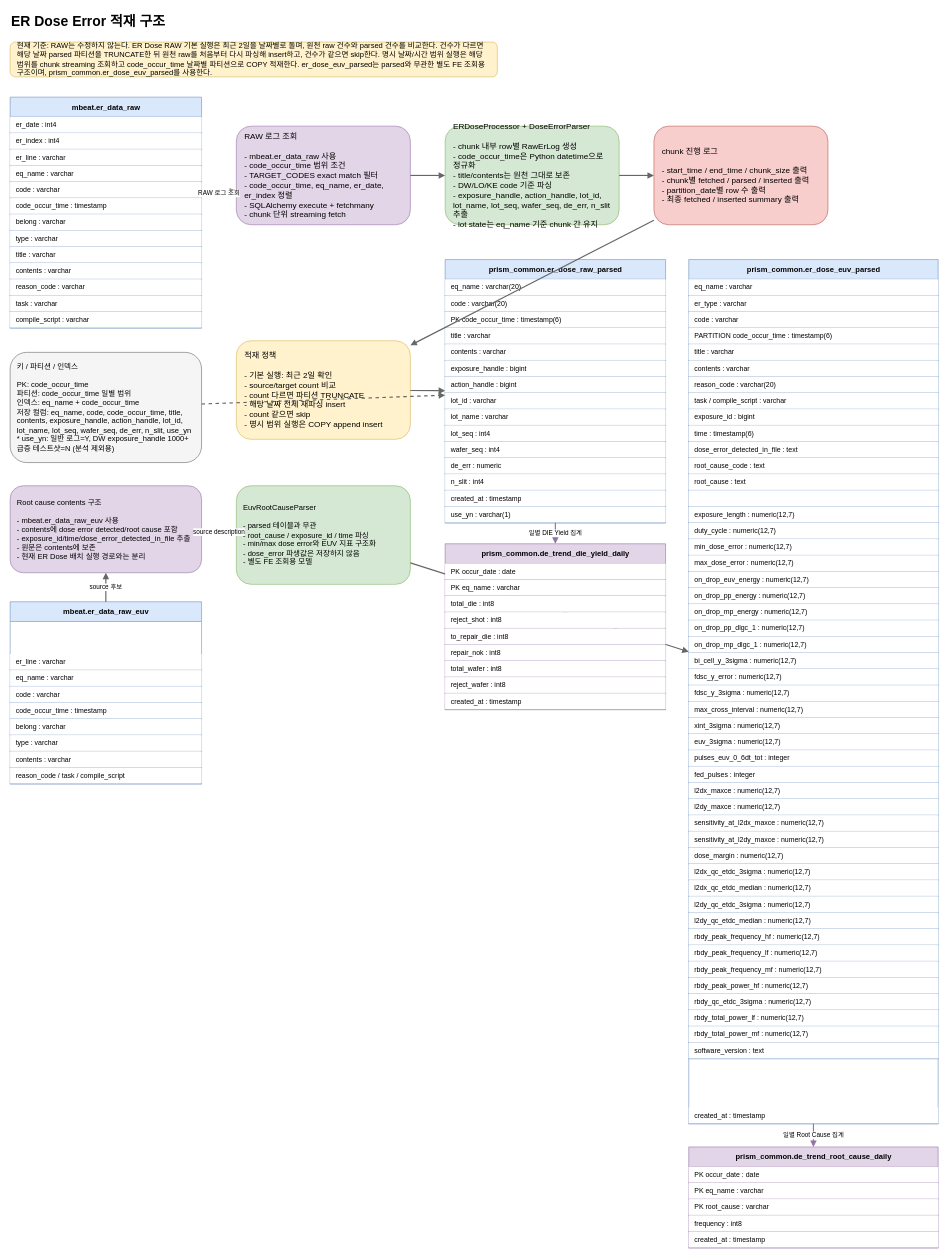
The draw.io diagram docs/er_dose_flow.drawio in junho0831/PythonStudy, before the edit. Source tidied: cells renumbered, new cells numbered last; positions are measured from the earlier drawing's top-left corner, leaving out a move shared by most shapes. Both pictures are drawn from the tidied source at 58%, with x=0, y=0 at pixel (10, 10).
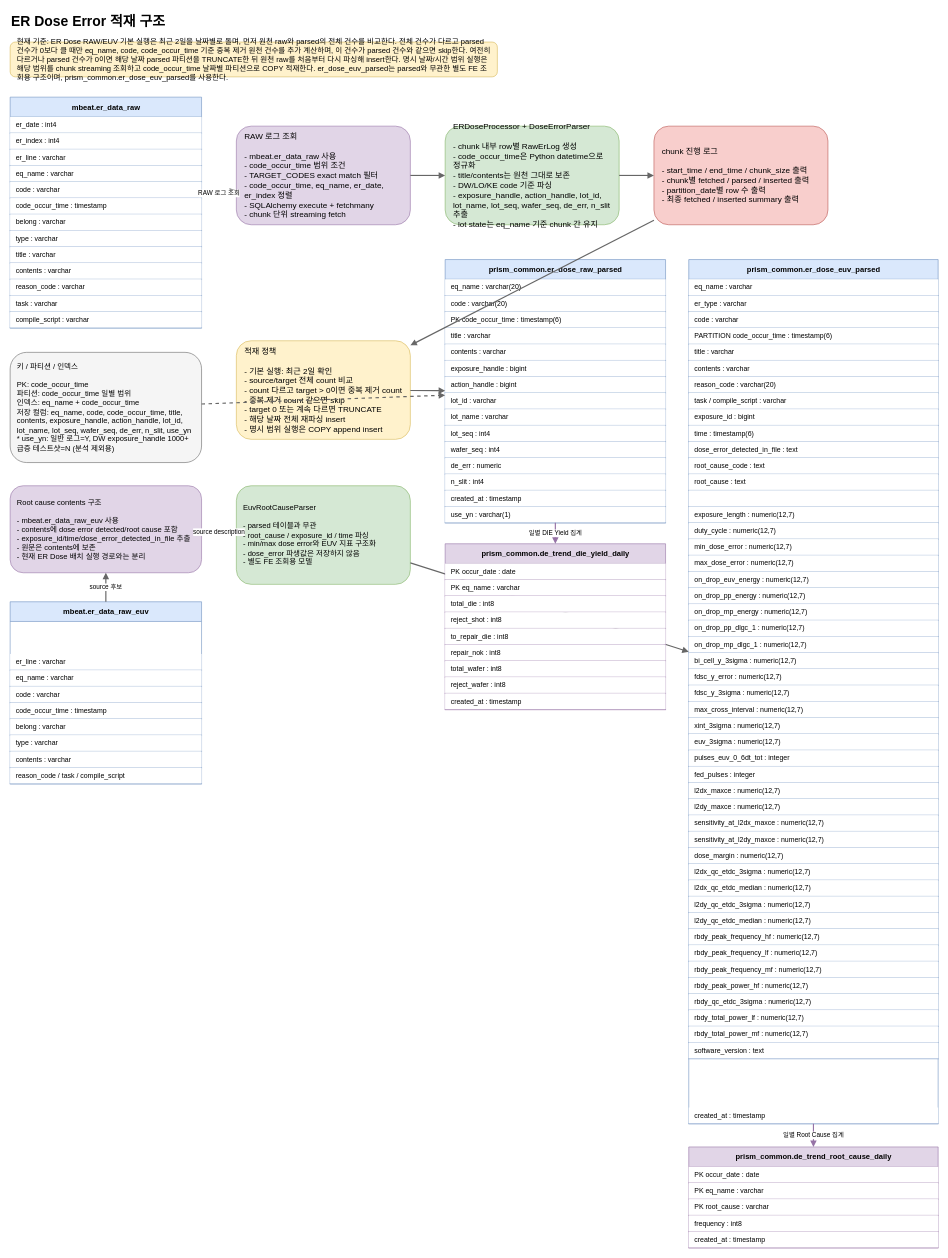
After the change.

Commit message (it also covers changes not shown here):
ER Dose RAW/EUV 중복 건수 비교 최적화

Change to the diagram source:
```diff
@@
-    <mxCell id="3" value="현재 기준: RAW는 수정하지 않는다. ER Dose RAW 기본 실행은 최근 2일을 날짜별로 돌며, 원천 raw 건수와 parsed 건수를 비교한다. 건수가 다르면 해당 날짜 parsed 파티션을 TRUNCATE한 뒤 원천 raw를 처음부터 다시 파싱해 insert하고, 건수가 같으면 skip한다. 명시 날짜/시간 범위 실행은 해당 범위를 chunk streaming 조회하고 code_occur_time 날짜별 파티션으로 COPY 적재한다. er_dose_euv_parsed는 parsed와 무관한 별도 FE 조회용 구조이며, prism_common.er_dose_euv_parsed를 사용한다." style="rounded=1;whiteSpace=wrap;html=1;fillColor=#fff2cc;strokeColor=#d6b656;fontSize=13;align=left;spacing=12;" parent="1" vertex="1">
+    <mxCell id="3" value="현재 기준: ER Dose RAW/EUV 기본 실행은 최근 2일을 날짜별로 돌며, 먼저 원천 raw와 parsed의 전체 건수를 비교한다. 전체 건수가 다르고 parsed 건수가 0보다 클 때만 eq_name, code, code_occur_time 기준 중복 제거 원천 건수를 추가 계산하며, 이 건수가 parsed 건수와 같으면 skip한다. 여전히 다르거나 parsed 건수가 0이면 해당 날짜 parsed 파티션을 TRUNCATE한 뒤 원천 raw를 처음부터 다시 파싱해 insert한다. 명시 날짜/시간 범위 실행은 해당 범위를 chunk streaming 조회하고 code_occur_time 날짜별 파티션으로 COPY 적재한다. er_dose_euv_parsed는 parsed와 무관한 별도 FE 조회용 구조이며, prism_common.er_dose_euv_parsed를 사용한다." style="rounded=1;whiteSpace=wrap;html=1;fillColor=#fff2cc;strokeColor=#d6b656;fontSize=13;align=left;spacing=12;" parent="1" vertex="1">
       <mxGeometry y="55" width="840" height="60" as="geometry" />
     </mxCell>
@@
-    <mxCell id="21" value="적재 정책&#10;&#10;- 기본 실행: 최근 2일 확인&#10;- source/target count 비교&#10;- count 다르면 파티션 TRUNCATE&#10;- 해당 날짜 전체 재파싱 insert&#10;- count 같으면 skip&#10;- 명시 범위 실행은 COPY append insert" style="rounded=1;whiteSpace=wrap;html=1;fillColor=#fff2cc;strokeColor=#d6b656;fontSize=14;align=left;spacing=14;" parent="1" vertex="1">
+    <mxCell id="21" value="적재 정책&#10;&#10;- 기본 실행: 최근 2일 확인&#10;- source/target 전체 count 비교&#10;- count 다르고 target &gt; 0이면 중복 제거 count&#10;- 중복 제거 count 같으면 skip&#10;- target 0 또는 계속 다르면 TRUNCATE&#10;- 해당 날짜 전체 재파싱 insert&#10;- 명시 범위 실행은 COPY append insert" style="rounded=1;whiteSpace=wrap;html=1;fillColor=#fff2cc;strokeColor=#d6b656;fontSize=14;align=left;spacing=14;" parent="1" vertex="1">
       <mxGeometry x="390" y="570" width="300" height="170" as="geometry" />
     </mxCell>
```
